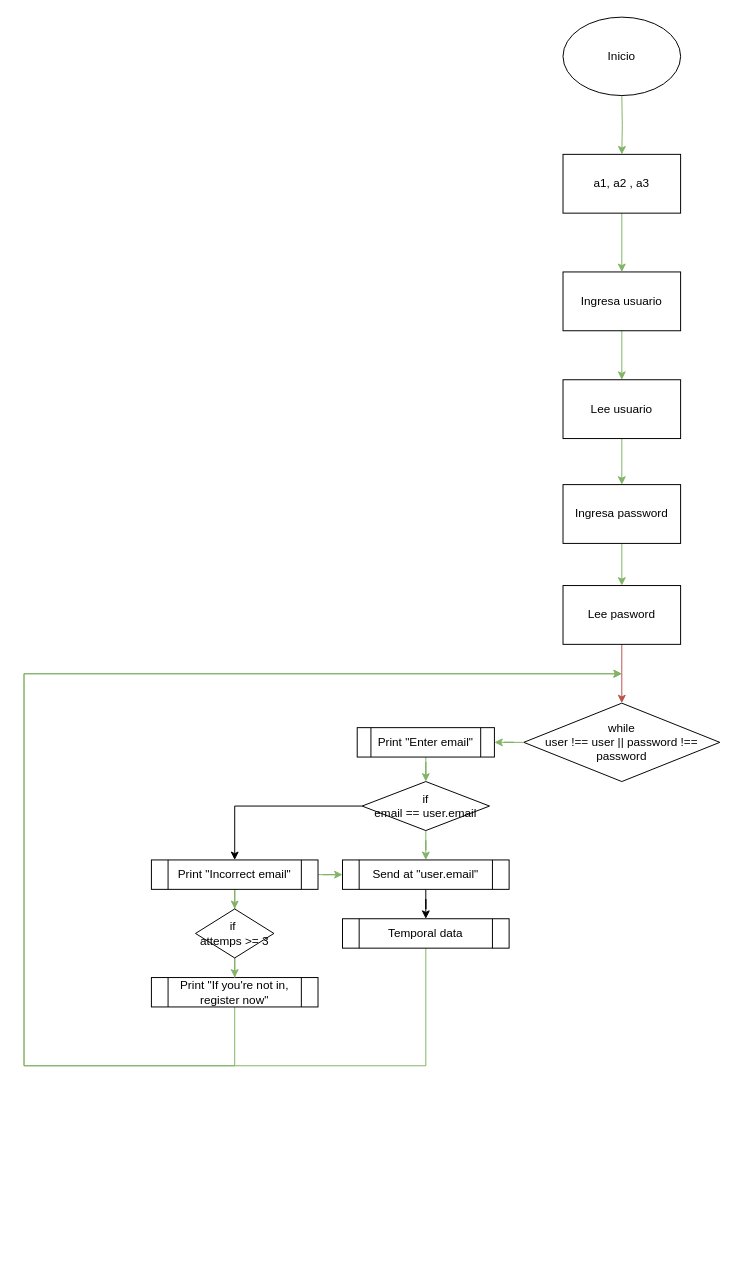
This is Diagrama sin título.drawio from VictorJ-Ch/Cafeteria-Menu, a draw.io file, before an edit. Source tidied: cells renumbered, new cells numbered last; positions are measured from the earlier drawing's top-left corner, leaving out a move shared by most shapes. Both pictures are drawn from the tidied source at 98%, with x=0, y=0 at pixel (24, 17).
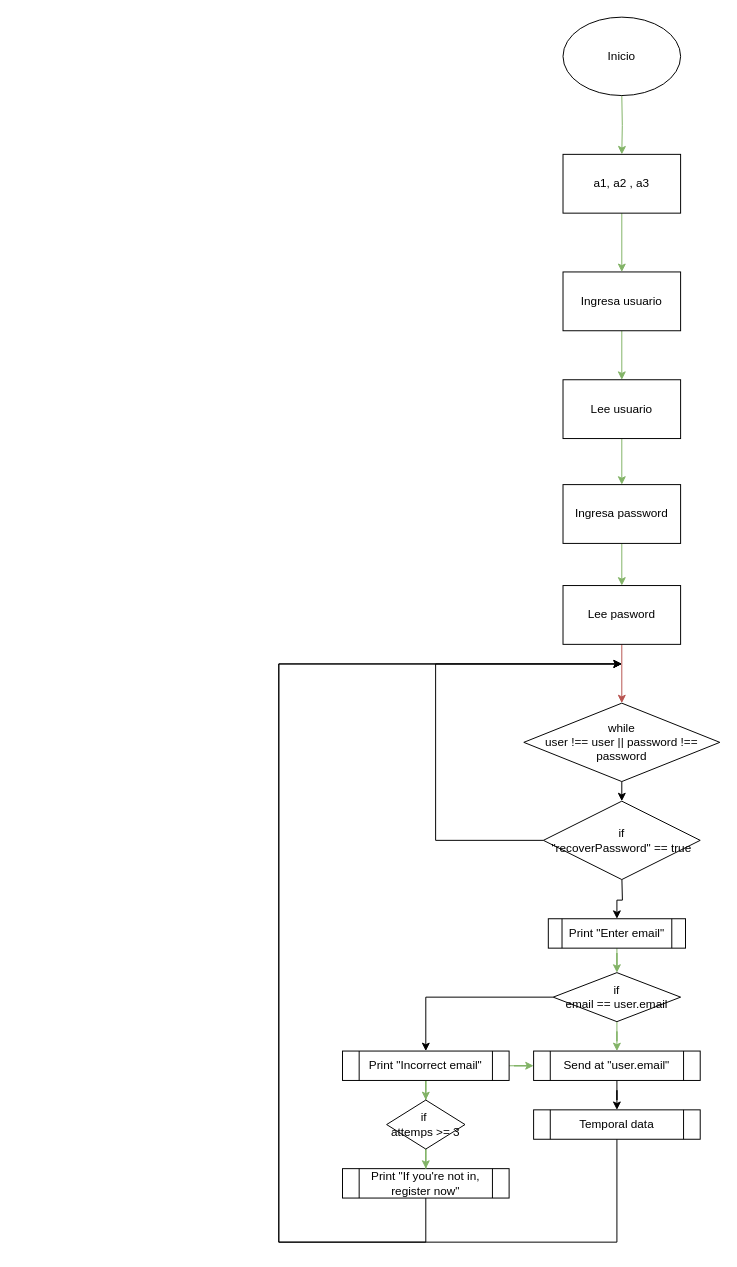
The same page after the edit.

Unchanged cells that the change refers to:
```xml
<mxCell id="13" value="while&lt;br&gt;user !== user || password !== password" style="rhombus;whiteSpace=wrap;html=1;" parent="1" vertex="1">
  <mxGeometry x="510" y="700" width="200" height="80" as="geometry" />
</mxCell>
```

What changed in the source:
```diff
@@
+    <mxCell id="32" style="edgeStyle=orthogonalEdgeStyle;rounded=0;jettySize=auto;html=1;exitX=0.5;exitY=1;exitDx=0;exitDy=0;entryX=0.5;entryY=0;entryDx=0;entryDy=0;" parent="1" edge="1" source="13" target="37">
+      <mxGeometry relative="1" as="geometry" />
+    </mxCell>
@@
     <mxCell id="15" value="Print &quot;Enter email&quot;" style="shape=process;whiteSpace=wrap;html=1;backgroundOutline=1;" parent="1" vertex="1">
-      <mxGeometry x="340" y="725" width="140" height="30" as="geometry" />
+      <mxGeometry x="535" y="920" width="140" height="30" as="geometry" />
     </mxCell>
@@
     <mxCell id="18" value="if&lt;br&gt;email == user.email" style="rhombus;whiteSpace=wrap;html=1;" parent="1" vertex="1">
-      <mxGeometry x="345" y="780" width="130" height="50" as="geometry" />
+      <mxGeometry x="540" y="975" width="130" height="50" as="geometry" />
     </mxCell>
@@
     <mxCell id="21" value="Print &quot;Incorrect email&quot;" style="shape=process;whiteSpace=wrap;html=1;backgroundOutline=1;" parent="1" vertex="1">
-      <mxGeometry x="130" y="860" width="170" height="30" as="geometry" />
+      <mxGeometry x="325" y="1055" width="170" height="30" as="geometry" />
     </mxCell>
-    <mxCell id="22" style="edgeStyle=orthogonalEdgeStyle;rounded=0;jettySize=auto;html=1;entryX=1;entryY=0.5;entryDx=0;entryDy=0;fillColor=#d5e8d4;gradientColor=#97d077;strokeColor=#82b366;" parent="1" edge="1" source="13" target="15">
-      <mxGeometry relative="1" as="geometry" />
-    </mxCell>
-    <mxCell id="23" style="edgeStyle=orthogonalEdgeStyle;rounded=0;jettySize=auto;html=1;exitX=0.5;exitY=1;exitDx=0;exitDy=0;fillColor=#d5e8d4;gradientColor=#97d077;strokeColor=#82b366;" parent="1" edge="1" source="25">
-      <mxGeometry relative="1" as="geometry">
-        <mxPoint x="610" y="670" as="targetPoint" />
-        <Array as="points">
-          <mxPoint x="215" y="1070" />
-          <mxPoint y="1070" />
-          <mxPoint y="670" />
-        </Array>
-      </mxGeometry>
-    </mxCell>
@@
+    <mxCell id="33" style="edgeStyle=orthogonalEdgeStyle;rounded=0;jettySize=auto;html=1;exitX=0.5;exitY=1;exitDx=0;exitDy=0;" parent="1" edge="1" source="25">
+      <mxGeometry relative="1" as="geometry">
+        <mxPoint x="610" y="660" as="targetPoint" />
+        <Array as="points">
+          <mxPoint x="410" y="1250" />
+          <mxPoint x="260" y="1250" />
+          <mxPoint x="260" y="660" />
+        </Array>
+      </mxGeometry>
+    </mxCell>
     <mxCell id="25" value="Print &quot;If you're not in, register now&quot;" style="shape=process;whiteSpace=wrap;html=1;backgroundOutline=1;" parent="1" vertex="1">
-      <mxGeometry x="130" y="980" width="170" height="30" as="geometry" />
+      <mxGeometry x="325" y="1175" width="170" height="30" as="geometry" />
     </mxCell>
@@
     <mxCell id="27" value="if&amp;nbsp;&lt;br&gt;attemps &amp;gt;= 3" style="rhombus;whiteSpace=wrap;html=1;" parent="1" vertex="1">
-      <mxGeometry x="175" y="910" width="80" height="50" as="geometry" />
+      <mxGeometry x="370" y="1105" width="80" height="50" as="geometry" />
     </mxCell>
@@
     <mxCell id="29" value="Send at &quot;user.email&quot;" style="shape=process;whiteSpace=wrap;html=1;backgroundOutline=1;" parent="1" vertex="1">
-      <mxGeometry x="325" y="860" width="170" height="30" as="geometry" />
+      <mxGeometry x="520" y="1055" width="170" height="30" as="geometry" />
     </mxCell>
-    <mxCell id="30" style="edgeStyle=orthogonalEdgeStyle;rounded=0;jettySize=auto;html=1;exitX=0.5;exitY=1;exitDx=0;exitDy=0;fillColor=#d5e8d4;gradientColor=#97d077;strokeColor=#82b366;" parent="1" edge="1" source="31">
-      <mxGeometry relative="1" as="geometry">
-        <mxPoint x="610" y="670" as="targetPoint" />
-        <Array as="points">
-          <mxPoint x="410" y="1070" />
-          <mxPoint y="1070" />
-          <mxPoint y="670" />
-        </Array>
-      </mxGeometry>
-    </mxCell>
+    <mxCell id="34" style="edgeStyle=orthogonalEdgeStyle;rounded=0;jettySize=auto;html=1;exitX=0.5;exitY=1;exitDx=0;exitDy=0;" parent="1" edge="1" source="31">
+      <mxGeometry relative="1" as="geometry">
+        <mxPoint x="610" y="660" as="targetPoint" />
+        <Array as="points">
+          <mxPoint x="605" y="1250" />
+          <mxPoint x="260" y="1250" />
+          <mxPoint x="260" y="660" />
+        </Array>
+      </mxGeometry>
+    </mxCell>
     <mxCell id="31" value="Temporal data" style="shape=process;whiteSpace=wrap;html=1;backgroundOutline=1;" parent="1" vertex="1">
-      <mxGeometry x="325" y="920" width="170" height="30" as="geometry" />
+      <mxGeometry x="520" y="1115" width="170" height="30" as="geometry" />
     </mxCell>
+    <mxCell id="35" style="edgeStyle=orthogonalEdgeStyle;rounded=0;jettySize=auto;html=1;entryX=0.5;entryY=0;entryDx=0;entryDy=0;" parent="1" edge="1" target="15">
+      <mxGeometry relative="1" as="geometry">
+        <mxPoint x="610.1" y="880" as="sourcePoint" />
+      </mxGeometry>
+    </mxCell>
+    <mxCell id="36" style="edgeStyle=orthogonalEdgeStyle;rounded=0;jettySize=auto;html=1;exitX=0;exitY=0.5;exitDx=0;exitDy=0;" parent="1" edge="1" source="37">
+      <mxGeometry relative="1" as="geometry">
+        <mxPoint x="610" y="660" as="targetPoint" />
+        <Array as="points">
+          <mxPoint x="420" y="840" />
+          <mxPoint x="420" y="660" />
+        </Array>
+      </mxGeometry>
+    </mxCell>
+    <mxCell id="37" value="if&lt;br&gt;&quot;recoverPassword&quot; == true" style="rhombus;whiteSpace=wrap;html=1;" parent="1" vertex="1">
+      <mxGeometry x="530" y="800" width="160" height="80" as="geometry" />
+    </mxCell>
```
